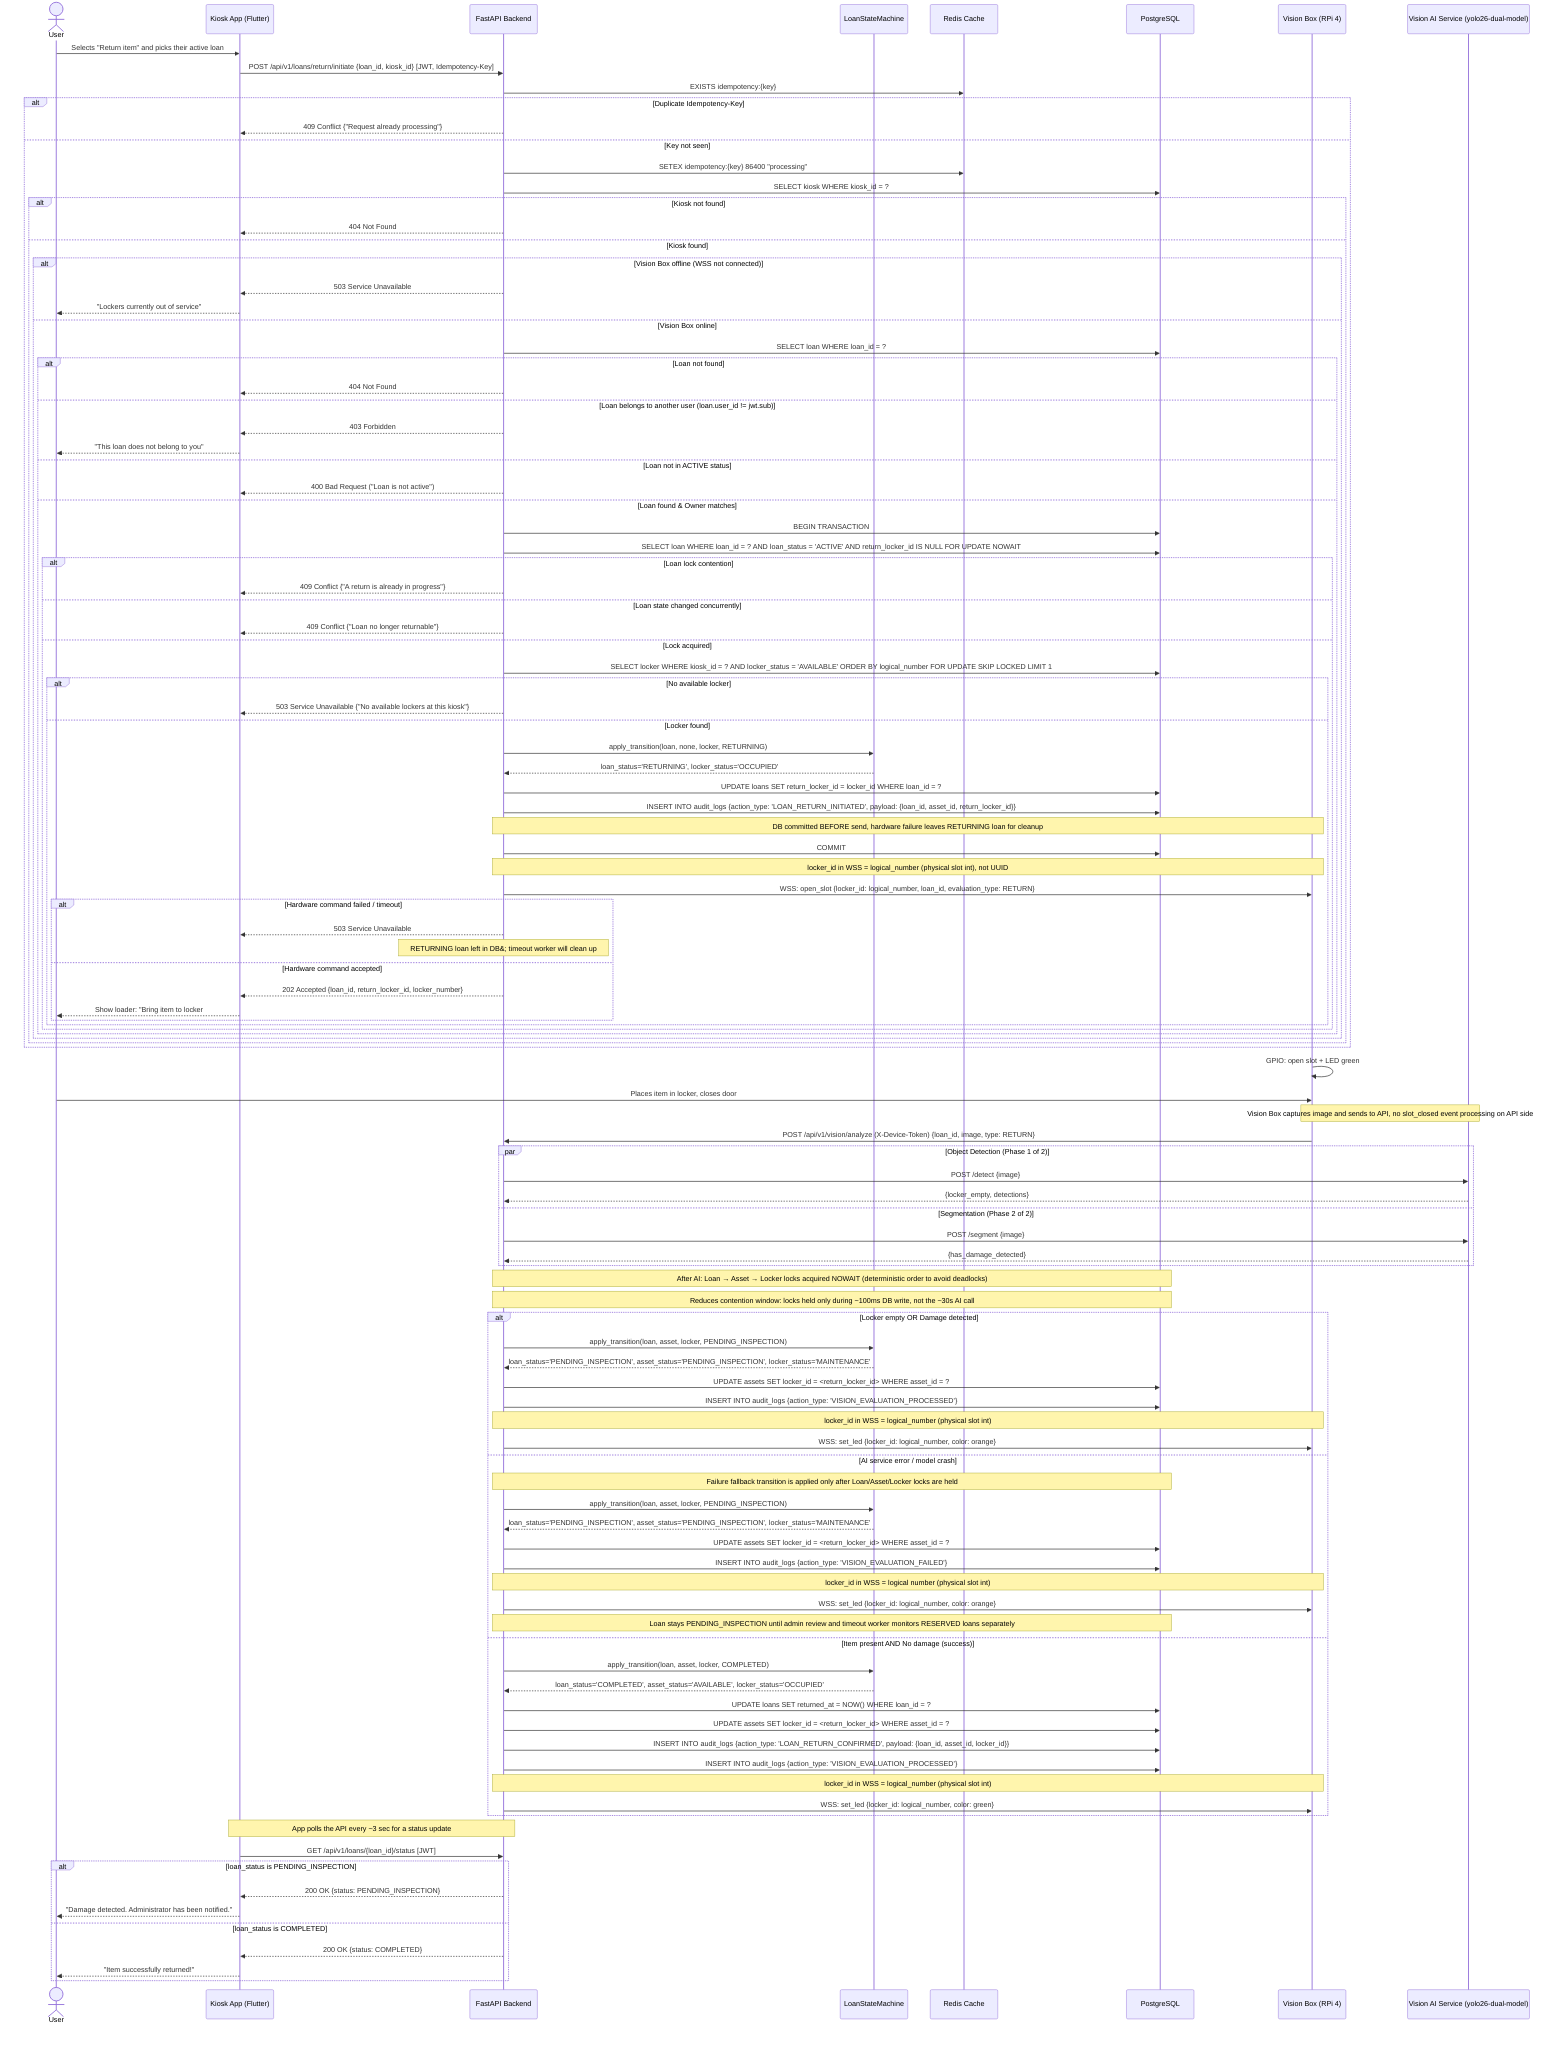
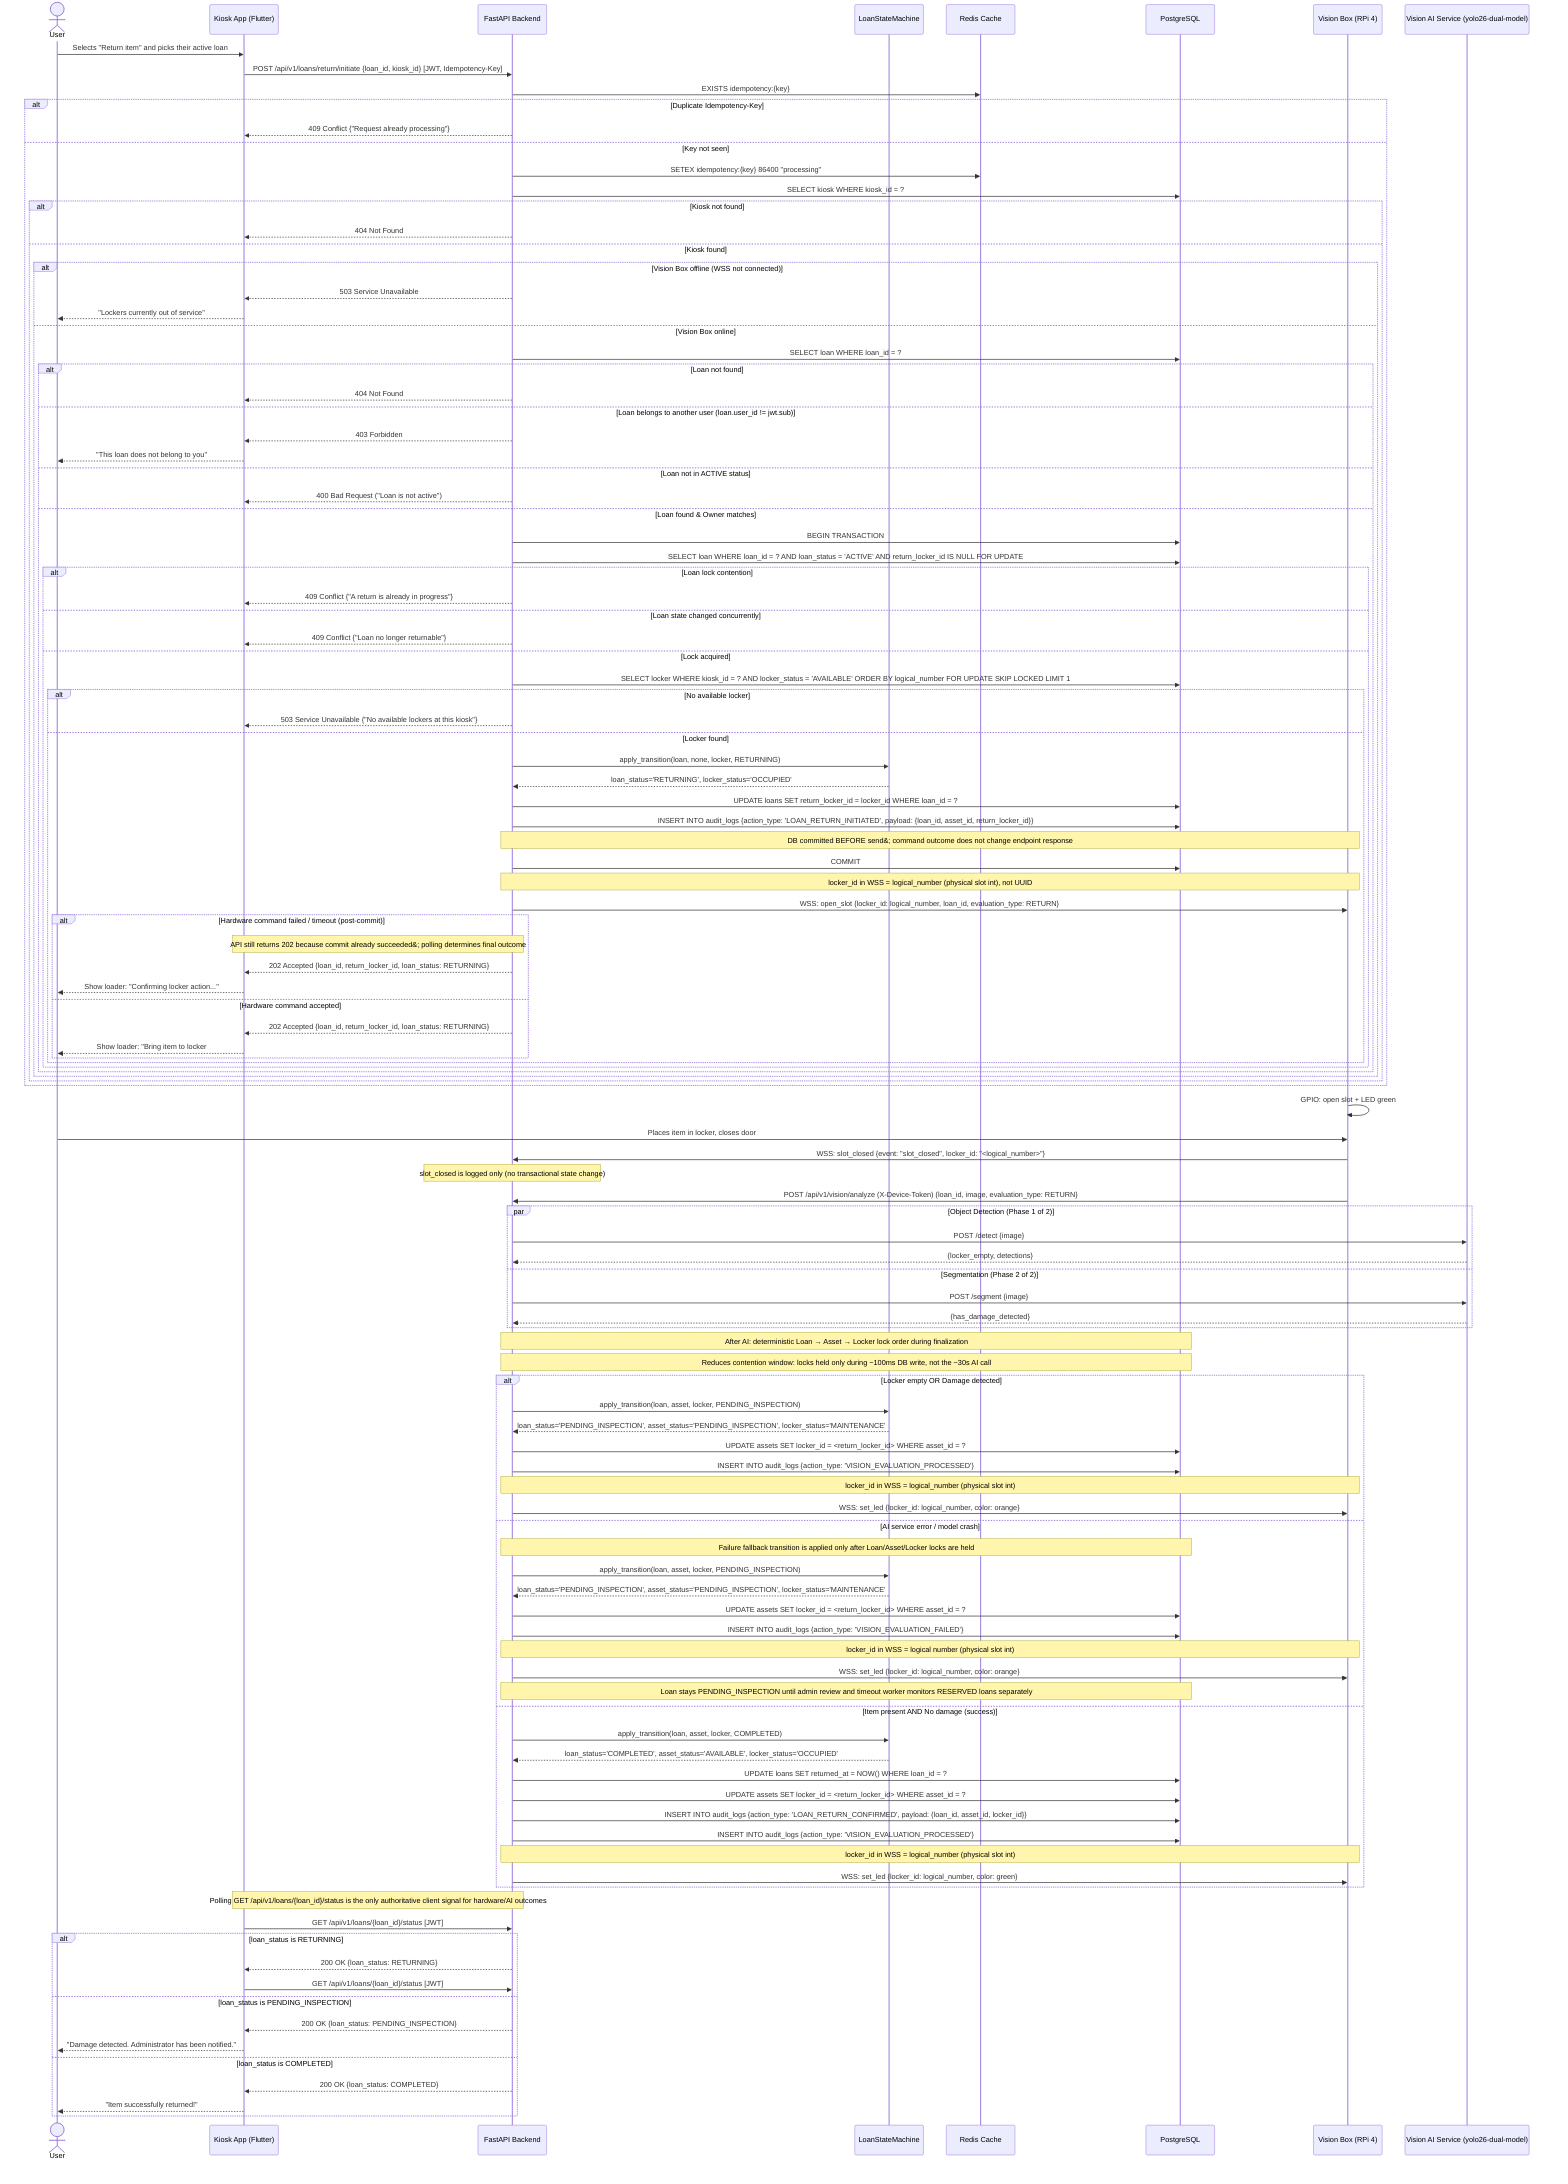
sequenceDiagram
    actor User as User
    participant App as Kiosk App (Flutter)
    participant API as FastAPI Backend
    participant FSM as LoanStateMachine
    participant Redis as Redis Cache
    participant DB as PostgreSQL
    participant VB as Vision Box (RPi 4)
    participant AI as Vision AI Service (yolo26-dual-model)

    User->>App: Selects "Return item" and picks their active loan
    App->>API: POST /api/v1/loans/return/initiate {loan_id, kiosk_id} [JWT, Idempotency-Key]

    API->>Redis: EXISTS idempotency:{key}
    alt Duplicate Idempotency-Key
        API-->>App: 409 Conflict {"Request already processing"}
    else Key not seen
        API->>Redis: SETEX idempotency:{key} 86400 "processing"

        API->>DB: SELECT kiosk WHERE kiosk_id = ?
        alt Kiosk not found
            API-->>App: 404 Not Found
        else Kiosk found
            alt Vision Box offline (WSS not connected)
                API-->>App: 503 Service Unavailable
                App-->>User: "Lockers currently out of service"
            else Vision Box online
                API->>DB: SELECT loan WHERE loan_id = ?
                alt Loan not found
                    API-->>App: 404 Not Found
                else Loan belongs to another user (loan.user_id != jwt.sub)
                    API-->>App: 403 Forbidden
                    App-->>User: "This loan does not belong to you"
                else Loan not in ACTIVE status
                    API-->>App: 400 Bad Request ("Loan is not active")
                else Loan found & Owner matches
                    API->>DB: BEGIN TRANSACTION

-                     %% Atomic state-transition lock (NOWAIT)
-                     API->>DB: SELECT loan WHERE loan_id = ? AND loan_status = 'ACTIVE' AND return_locker_id IS NULL FOR UPDATE NOWAIT
+                     %% Atomic state-transition guard on the active loan row
+                     API->>DB: SELECT loan WHERE loan_id = ? AND loan_status = 'ACTIVE' AND return_locker_id IS NULL FOR UPDATE
                    alt Loan lock contention
                        API-->>App: 409 Conflict {"A return is already in progress"}
                    else Loan state changed concurrently
                        API-->>App: 409 Conflict {"Loan no longer returnable"}
                    else Lock acquired

                        %% Find and lock first available locker (SKIP LOCKED prevents duplicate assignment)
                        API->>DB: SELECT locker WHERE kiosk_id = ? AND locker_status = 'AVAILABLE' ORDER BY logical_number FOR UPDATE SKIP LOCKED LIMIT 1
                        alt No available locker
                            API-->>App: 503 Service Unavailable {"No available lockers at this kiosk"}
                        else Locker found
                            API->>FSM: apply_transition(loan, none, locker, RETURNING)
                            FSM-->>API: loan_status='RETURNING', locker_status='OCCUPIED'
                            API->>DB: UPDATE loans SET return_locker_id = locker_id WHERE loan_id = ?
                            API->>DB: INSERT INTO audit_logs {action_type: 'LOAN_RETURN_INITIATED', payload: {loan_id, asset_id, return_locker_id}}

                            %% Hardware command sent AFTER DB commit
-                             Note over API,VB: DB committed BEFORE send, hardware failure leaves RETURNING loan for cleanup
+                             Note over API,VB: DB committed BEFORE send&#59; command outcome does not change endpoint response
                            API->>DB: COMMIT

                            Note over API,VB: locker_id in WSS = logical_number (physical slot int), not UUID
                            API->>VB: WSS: open_slot {locker_id: logical_number, loan_id, evaluation_type: RETURN}

-                             alt Hardware command failed / timeout
-                                 API-->>App: 503 Service Unavailable
-                                 Note over API: RETURNING loan left in DB&#59; timeout worker will clean up
+                             alt Hardware command failed / timeout (post-commit)
+                                 Note over API,App: API still returns 202 because commit already succeeded&#59; polling determines final outcome
+                                 API-->>App: 202 Accepted {loan_id, return_locker_id, loan_status: RETURNING}
+                                 App-->>User: Show loader: "Confirming locker action..."
                            else Hardware command accepted
-                                 API-->>App: 202 Accepted {loan_id, return_locker_id, locker_number}
+                                 API-->>App: 202 Accepted {loan_id, return_locker_id, loan_status: RETURNING}
                                App-->>User: Show loader: "Bring item to locker #N"
                            end
                        end
                    end
                end
            end
        end
    end

    VB->>VB: GPIO: open slot + LED green
    User->>VB: Places item in locker, closes door
+     VB->>API: WSS: slot_closed {event: "slot_closed", locker_id: "<logical_number>"}
+     Note over API: slot_closed is logged only (no transactional state change)

    %% Vision Box triggers AI analysis (M2M, no JWT)
-     Note over VB,AI: Vision Box captures image and sends to API, no slot_closed event processing on API side
-     VB->>API: POST /api/v1/vision/analyze (X-Device-Token) {loan_id, image, type: RETURN}
+     VB->>API: POST /api/v1/vision/analyze (X-Device-Token) {loan_id, image, evaluation_type: RETURN}

    %% Vision AI analysis with parallel Phase 1 (no row locks held during AI call)
    par Object Detection (Phase 1 of 2)
        API->>AI: POST /detect {image}
        AI-->>API: {locker_empty, detections}
    and Segmentation (Phase 2 of 2)
        API->>AI: POST /segment {image}
        AI-->>API: {has_damage_detected}
    end

-     Note over API,DB: After AI: Loan → Asset → Locker locks acquired NOWAIT (deterministic order to avoid deadlocks)
+     Note over API,DB: After AI: deterministic Loan → Asset → Locker lock order during finalization
    Note over API,DB: Reduces contention window: locks held only during ~100ms DB write, not the ~30s AI call

    alt Locker empty OR Damage detected
        API->>FSM: apply_transition(loan, asset, locker, PENDING_INSPECTION)
        FSM-->>API: loan_status='PENDING_INSPECTION', asset_status='PENDING_INSPECTION', locker_status='MAINTENANCE'
        API->>DB: UPDATE assets SET locker_id = <return_locker_id> WHERE asset_id = ?
        API->>DB: INSERT INTO audit_logs {action_type: 'VISION_EVALUATION_PROCESSED'}
        Note over API,VB: locker_id in WSS = logical_number (physical slot int)
        API->>VB: WSS: set_led {locker_id: logical_number, color: orange}
    else AI service error / model crash
        Note over API,DB: Failure fallback transition is applied only after Loan/Asset/Locker locks are held
        API->>FSM: apply_transition(loan, asset, locker, PENDING_INSPECTION)
        FSM-->>API: loan_status='PENDING_INSPECTION', asset_status='PENDING_INSPECTION', locker_status='MAINTENANCE'
        API->>DB: UPDATE assets SET locker_id = <return_locker_id> WHERE asset_id = ?
        API->>DB: INSERT INTO audit_logs {action_type: 'VISION_EVALUATION_FAILED'}
        Note over API,VB: locker_id in WSS = logical number (physical slot int)
        API->>VB: WSS: set_led {locker_id: logical_number, color: orange}
        Note over API,DB: Loan stays PENDING_INSPECTION until admin review and timeout worker monitors RESERVED loans separately
    else Item present AND No damage (success)
        API->>FSM: apply_transition(loan, asset, locker, COMPLETED)
        FSM-->>API: loan_status='COMPLETED', asset_status='AVAILABLE', locker_status='OCCUPIED'
        API->>DB: UPDATE loans SET returned_at = NOW() WHERE loan_id = ?
        API->>DB: UPDATE assets SET locker_id = <return_locker_id> WHERE asset_id = ?
        API->>DB: INSERT INTO audit_logs {action_type: 'LOAN_RETURN_CONFIRMED', payload: {loan_id, asset_id, locker_id}}
        API->>DB: INSERT INTO audit_logs {action_type: 'VISION_EVALUATION_PROCESSED'}
        Note over API,VB: locker_id in WSS = logical_number (physical slot int)
        API->>VB: WSS: set_led {locker_id: logical_number, color: green}
    end

-     Note over App,API: App polls the API every ~3 sec for a status update
+     Note over App,API: Polling GET /api/v1/loans/{loan_id}/status is the only authoritative client signal for hardware/AI outcomes
    App->>API: GET /api/v1/loans/{loan_id}/status [JWT]
-     alt loan_status is PENDING_INSPECTION
-         API-->>App: 200 OK {status: PENDING_INSPECTION}
+     alt loan_status is RETURNING
+         API-->>App: 200 OK {loan_status: RETURNING}
+         App->>API: GET /api/v1/loans/{loan_id}/status [JWT]
+     else loan_status is PENDING_INSPECTION
+         API-->>App: 200 OK {loan_status: PENDING_INSPECTION}
        App-->>User: "Damage detected. Administrator has been notified."
    else loan_status is COMPLETED
-         API-->>App: 200 OK {status: COMPLETED}
+         API-->>App: 200 OK {loan_status: COMPLETED}
        App-->>User: "Item successfully returned!"
    end
